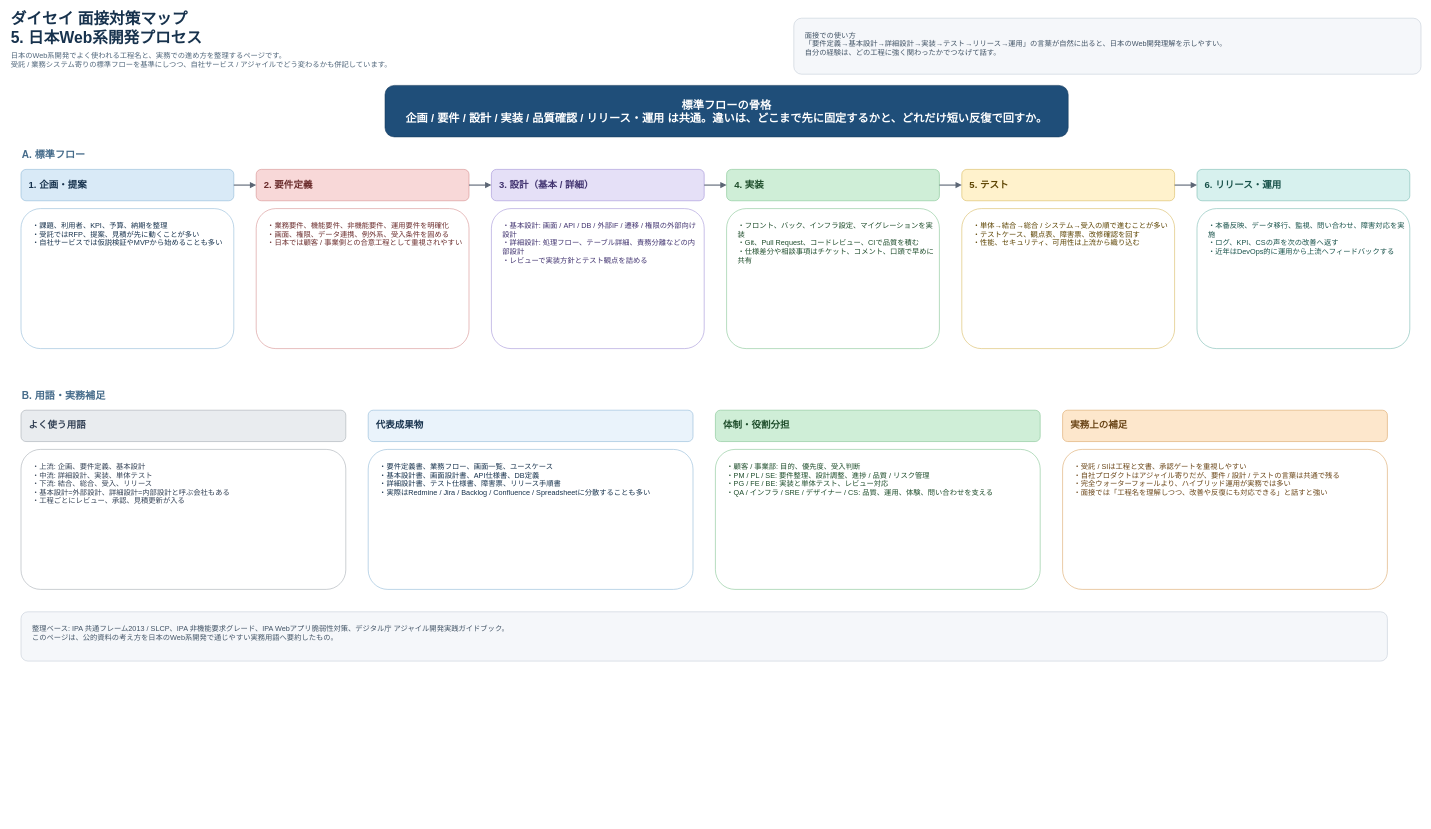
bodacheng/ForInterview keeps this draw.io diagram as page "5. 日本Web系開発プロセス" (5 of 5) of interview-prep-structure.drawio. Above is the earlier version. Source tidied: cells renumbered, new cells numbered last; positions are measured from the earlier drawing's top-left corner, leaving out a move shared by most shapes. Both pictures are drawn from the tidied source at 56%, with x=0, y=0 at pixel (10, 12).
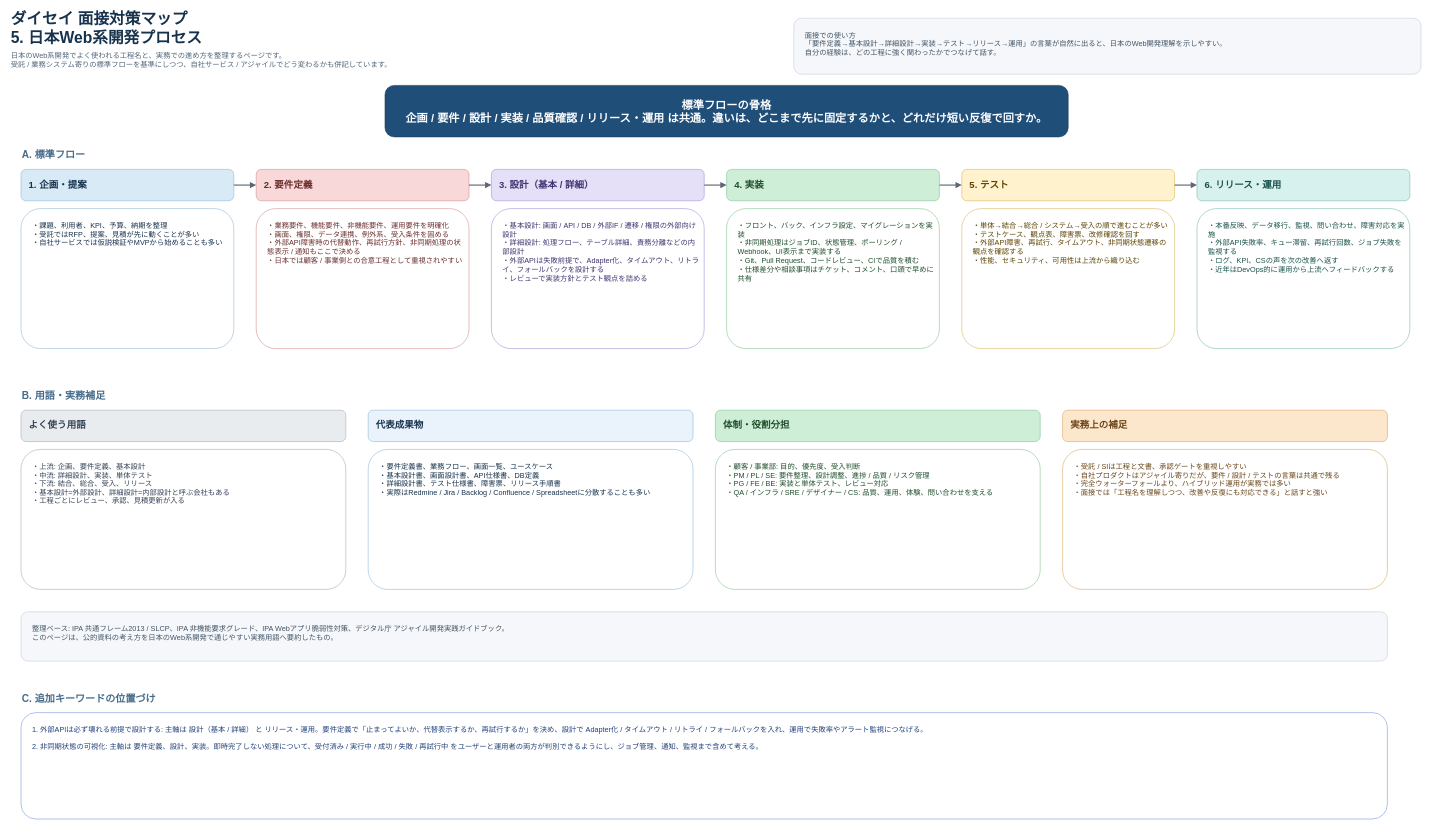
The same diagram, later.

Commit message:
キーワード追加

Diff of the diagram source:
```diff
@@
-    <mxCell id="10" value="・業務要件、機能要件、非機能要件、運用要件を明確化&#10;・画面、権限、データ連携、例外系、受入条件を固める&#10;・日本では顧客 / 事業側との合意工程として重視されやすい" style="rounded=1;whiteSpace=wrap;html=1;align=left;verticalAlign=top;spacing=8;spacingLeft=12;spacingTop=10;fillColor=#FFFFFF;strokeColor=#D58B8B;fontSize=13;fontColor=#6B2D2D;arcSize=14;" parent="1" vertex="1">
+    <mxCell id="10" value="・業務要件、機能要件、非機能要件、運用要件を明確化&#10;・画面、権限、データ連携、例外系、受入条件を固める&#10;・外部API障害時の代替動作、再試行方針、非同期処理の状態表示 / 通知もここで決める&#10;・日本では顧客 / 事業側との合意工程として重視されやすい" style="rounded=1;whiteSpace=wrap;html=1;align=left;verticalAlign=top;spacing=8;spacingLeft=12;spacingTop=10;fillColor=#FFFFFF;strokeColor=#D58B8B;fontSize=13;fontColor=#6B2D2D;arcSize=14;" parent="1" vertex="1">
       <mxGeometry x="440" y="350" width="380" height="250" as="geometry" />
     </mxCell>
@@
-    <mxCell id="12" value="・基本設計: 画面 / API / DB / 外部IF / 遷移 / 権限の外部向け設計&#10;・詳細設計: 処理フロー、テーブル詳細、責務分離などの内部設計&#10;・レビューで実装方針とテスト観点を詰める" style="rounded=1;whiteSpace=wrap;html=1;align=left;verticalAlign=top;spacing=8;spacingLeft=12;spacingTop=10;fillColor=#FFFFFF;strokeColor=#9E8FD6;fontSize=13;fontColor=#423470;arcSize=14;" parent="1" vertex="1">
+    <mxCell id="12" value="・基本設計: 画面 / API / DB / 外部IF / 遷移 / 権限の外部向け設計&#10;・詳細設計: 処理フロー、テーブル詳細、責務分離などの内部設計&#10;・外部APIは失敗前提で、Adapter化、タイムアウト、リトライ、フォールバックを設計する&#10;・レビューで実装方針とテスト観点を詰める" style="rounded=1;whiteSpace=wrap;html=1;align=left;verticalAlign=top;spacing=8;spacingLeft=12;spacingTop=10;fillColor=#FFFFFF;strokeColor=#9E8FD6;fontSize=13;fontColor=#423470;arcSize=14;" parent="1" vertex="1">
       <mxGeometry x="860" y="350" width="380" height="250" as="geometry" />
     </mxCell>
@@
-    <mxCell id="14" value="・フロント、バック、インフラ設定、マイグレーションを実装&#10;・Git、Pull Request、コードレビュー、CIで品質を積む&#10;・仕様差分や相談事項はチケット、コメント、口頭で早めに共有" style="rounded=1;whiteSpace=wrap;html=1;align=left;verticalAlign=top;spacing=8;spacingLeft=12;spacingTop=10;fillColor=#FFFFFF;strokeColor=#7FC28F;fontSize=13;fontColor=#1E4D2B;arcSize=14;" parent="1" vertex="1">
+    <mxCell id="14" value="・フロント、バック、インフラ設定、マイグレーションを実装&#10;・非同期処理はジョブID、状態管理、ポーリング / Webhook、UI表示まで実装する&#10;・Git、Pull Request、コードレビュー、CIで品質を積む&#10;・仕様差分や相談事項はチケット、コメント、口頭で早めに共有" style="rounded=1;whiteSpace=wrap;html=1;align=left;verticalAlign=top;spacing=8;spacingLeft=12;spacingTop=10;fillColor=#FFFFFF;strokeColor=#7FC28F;fontSize=13;fontColor=#1E4D2B;arcSize=14;" parent="1" vertex="1">
       <mxGeometry x="1280" y="350" width="380" height="250" as="geometry" />
     </mxCell>
@@
-    <mxCell id="16" value="・単体→結合→総合 / システム→受入の順で進むことが多い&#10;・テストケース、観点表、障害票、改修確認を回す&#10;・性能、セキュリティ、可用性は上流から織り込む" style="rounded=1;whiteSpace=wrap;html=1;align=left;verticalAlign=top;spacing=8;spacingLeft=12;spacingTop=10;fillColor=#FFFFFF;strokeColor=#D6B656;fontSize=13;fontColor=#5C4300;arcSize=14;" parent="1" vertex="1">
+    <mxCell id="16" value="・単体→結合→総合 / システム→受入の順で進むことが多い&#10;・テストケース、観点表、障害票、改修確認を回す&#10;・外部API障害、再試行、タイムアウト、非同期状態遷移の観点を確認する&#10;・性能、セキュリティ、可用性は上流から織り込む" style="rounded=1;whiteSpace=wrap;html=1;align=left;verticalAlign=top;spacing=8;spacingLeft=12;spacingTop=10;fillColor=#FFFFFF;strokeColor=#D6B656;fontSize=13;fontColor=#5C4300;arcSize=14;" parent="1" vertex="1">
       <mxGeometry x="1700" y="350" width="380" height="250" as="geometry" />
     </mxCell>
@@
-    <mxCell id="18" value="・本番反映、データ移行、監視、問い合わせ、障害対応を実施&#10;・ログ、KPI、CSの声を次の改善へ返す&#10;・近年はDevOps的に運用から上流へフィードバックする" style="rounded=1;whiteSpace=wrap;html=1;align=left;verticalAlign=top;spacing=8;spacingLeft=12;spacingTop=10;fillColor=#FFFFFF;strokeColor=#74B8AF;fontSize=13;fontColor=#18524A;arcSize=14;" parent="1" vertex="1">
+    <mxCell id="18" value="・本番反映、データ移行、監視、問い合わせ、障害対応を実施&#10;・外部API失敗率、キュー滞留、再試行回数、ジョブ失敗を監視する&#10;・ログ、KPI、CSの声を次の改善へ返す&#10;・近年はDevOps的に運用から上流へフィードバックする" style="rounded=1;whiteSpace=wrap;html=1;align=left;verticalAlign=top;spacing=8;spacingLeft=12;spacingTop=10;fillColor=#FFFFFF;strokeColor=#74B8AF;fontSize=13;fontColor=#18524A;arcSize=14;" parent="1" vertex="1">
       <mxGeometry x="2120" y="350" width="380" height="250" as="geometry" />
     </mxCell>
@@
+    <mxCell id="34" value="C. 追加キーワードの位置づけ" style="text;html=1;strokeColor=none;fillColor=none;align=left;verticalAlign=middle;whiteSpace=wrap;rounded=0;fontSize=18;fontStyle=1;fontColor=#456B8A;" parent="1" vertex="1">
+      <mxGeometry x="20" y="1210" width="340" height="30" as="geometry" />
+    </mxCell>
+    <mxCell id="35" value="1. 外部APIは必ず壊れる前提で設計する: 主軸は 設計（基本 / 詳細） と リリース・運用。要件定義で「止まってよいか、代替表示するか、再試行するか」を決め、設計で Adapter化 / タイムアウト / リトライ / フォールバックを入れ、運用で失敗率やアラート監視につなげる。&#10;&#10;2. 非同期状態の可視化: 主軸は 要件定義、設計、実装。即時完了しない処理について、受付済み / 実行中 / 成功 / 失敗 / 再試行中 をユーザーと運用者の両方が判別できるようにし、ジョブ管理、通知、監視まで含めて考える。" style="rounded=1;whiteSpace=wrap;html=1;align=left;verticalAlign=top;spacing=8;spacingLeft=12;spacingTop=10;fillColor=#FFFFFF;strokeColor=#6F95D8;fontSize=13;fontColor=#22407A;arcSize=14;" parent="1" vertex="1">
+      <mxGeometry x="20" y="1250" width="2440" height="190" as="geometry" />
+    </mxCell>
```
